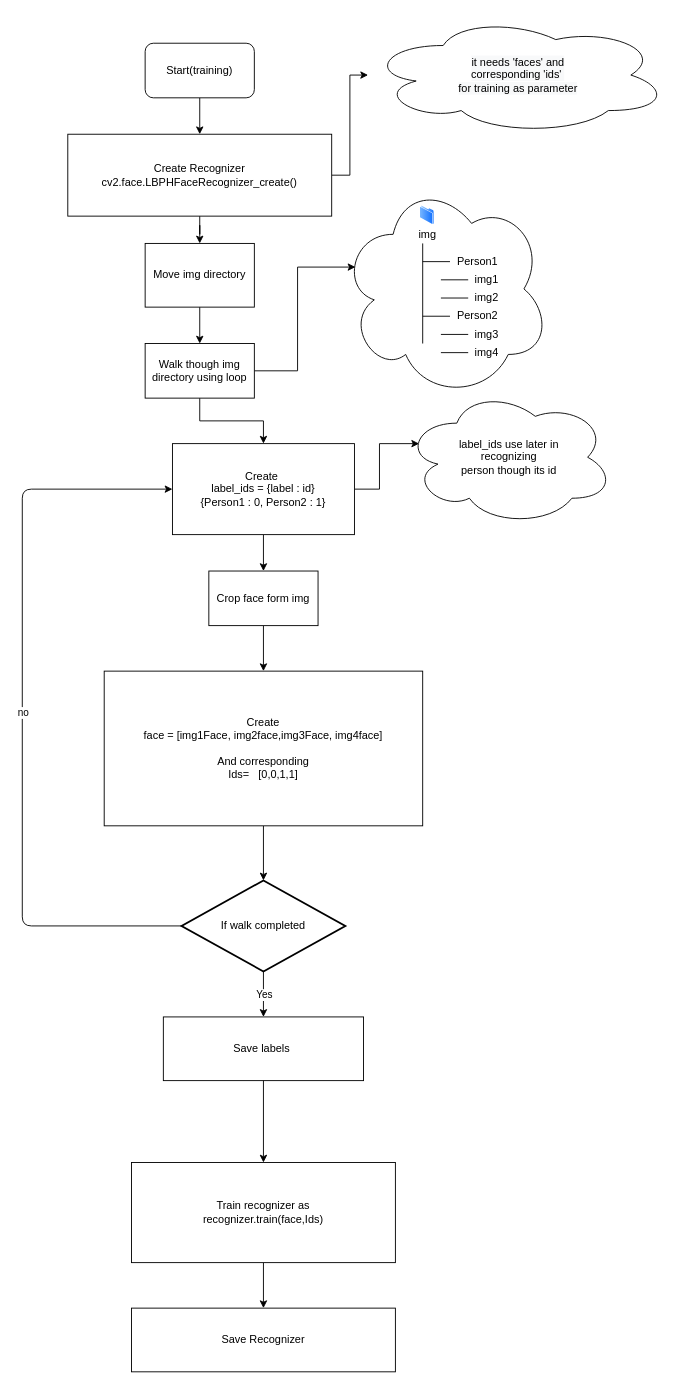
This is Documentation/Flow Diagram/train.drawio from prashantsingh2408/Face-Recognition-Attendance-System, a draw.io file, before an edit. Source tidied: cells renumbered, new cells numbered last; positions are measured from the earlier drawing's top-left corner, leaving out a move shared by most shapes. Both pictures are drawn from the tidied source at 91%, with x=0, y=0 at pixel (22, 15).
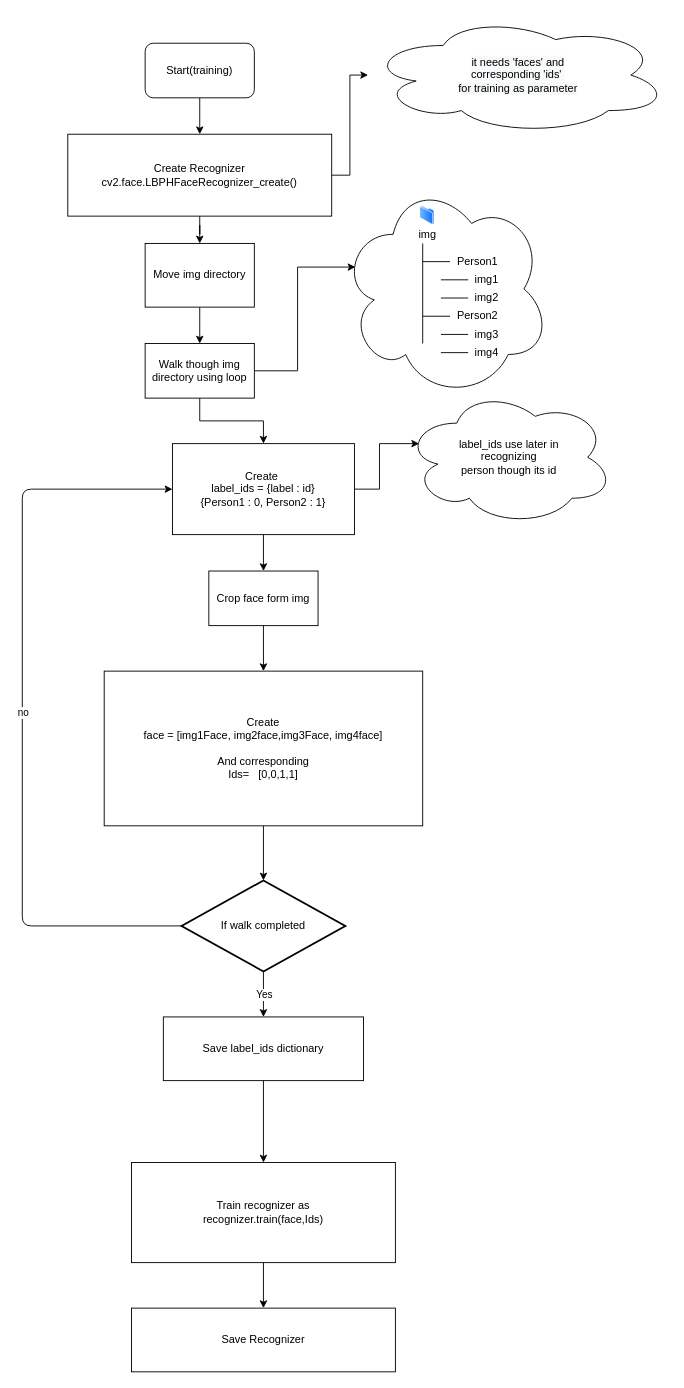
The same page after the edit.

The edit, as a diff of the source:
```diff
@@
-    <mxCell id="32" value="Save labels&amp;nbsp;" style="rounded=0;whiteSpace=wrap;html=1;" parent="1" vertex="1">
+    <mxCell id="32" value="Save label_ids dictionary" style="rounded=0;whiteSpace=wrap;html=1;" parent="1" vertex="1">
       <mxGeometry x="155" y="1100" width="220" height="70" as="geometry" />
     </mxCell>
```
